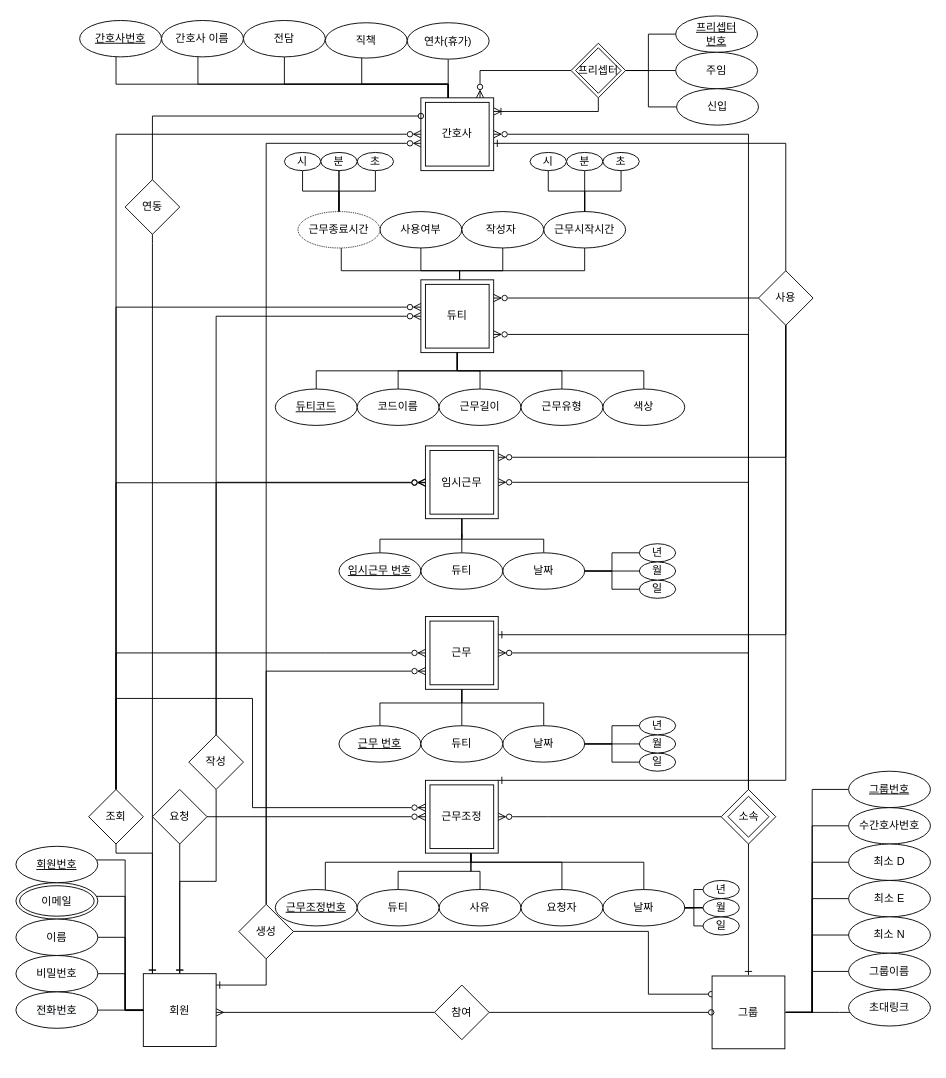
This is Untitled Diagram.drawio from pyoyeongun/webdanseom, a draw.io file, before an edit. Source tidied: cells renumbered, new cells numbered last; positions are measured from the earlier drawing's top-left corner, leaving out a move shared by most shapes. Both pictures are drawn from the tidied source at 91%, with x=0, y=0 at pixel (15, 15).
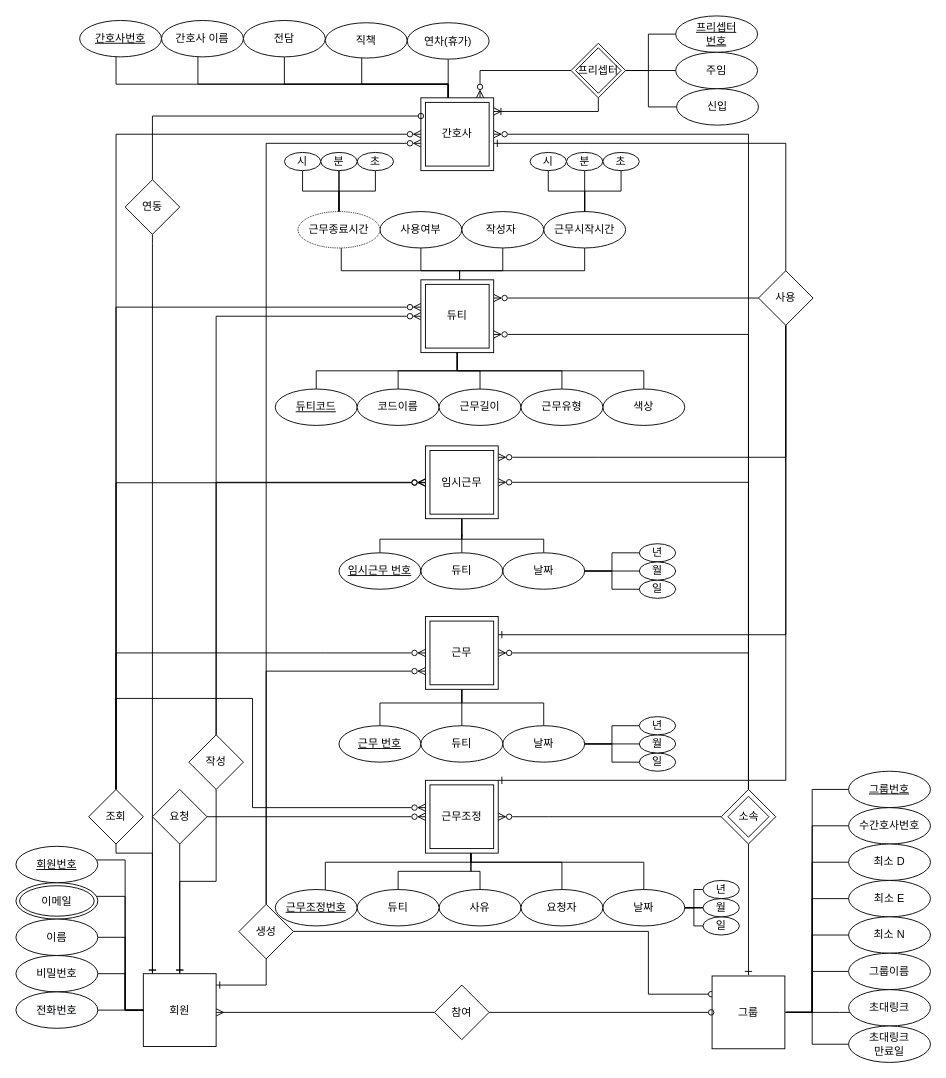
The same page after the edit.

The change refers to these unchanged cells:
```xml
<mxCell id="9" value="그룹" style="whiteSpace=wrap;html=1;perimeterSpacing=1;gradientColor=none;" parent="1" vertex="1">
  <mxGeometry x="765" y="1055" width="80" height="80" as="geometry" />
</mxCell>
```

The edit, as a diff of the source:
```diff
@@
+    <mxCell id="169" style="edgeStyle=orthogonalEdgeStyle;rounded=0;jettySize=auto;html=1;endArrow=none;endFill=0;" parent="1" edge="1" source="9" target="170">
+      <mxGeometry relative="1" as="geometry">
+        <Array as="points">
+          <mxPoint x="875" y="1095" />
+          <mxPoint x="875" y="1130" />
+        </Array>
+      </mxGeometry>
+    </mxCell>
@@
+    <mxCell id="170" value="초대링크&lt;br&gt;만료일" style="ellipse;whiteSpace=wrap;html=1;" parent="1" vertex="1">
+      <mxGeometry x="915" y="1110" width="90" height="40" as="geometry" />
+    </mxCell>
```
